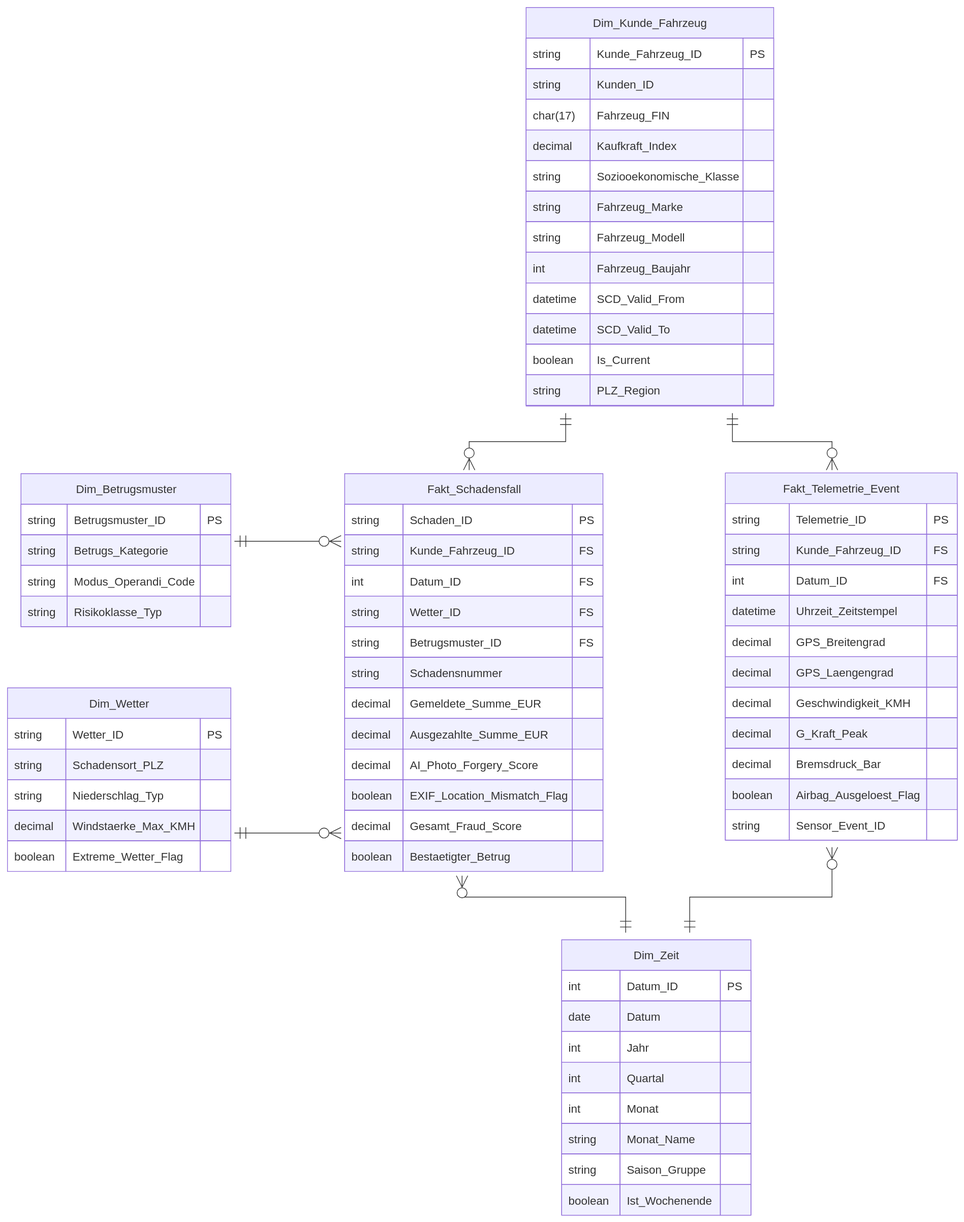
Above: Latex/images/Datenmodell.drawio.svg in heydoma/Datenmanagment (draw.io), before the change. Source tidied: cells renumbered, new cells last; positions are measured from the earlier drawing's top-left corner, leaving out a move shared by most shapes.
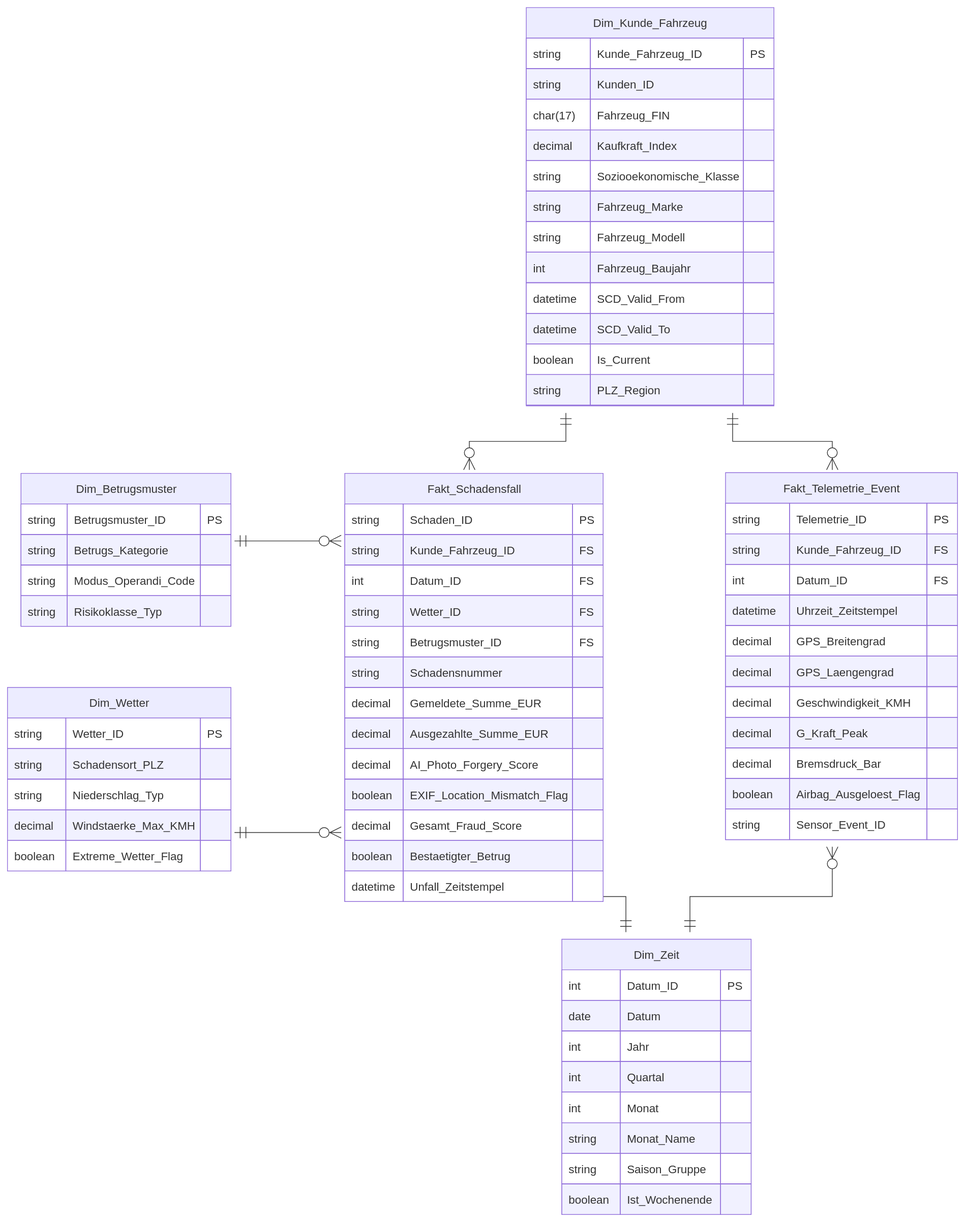
Above is the later version.

The edit, as a diff of the source:
```diff
@@ -354,7 +354,7 @@
       <mxGeometry x="252" width="43" height="43" as="geometry" />
     </mxCell>
     <mxCell id="119" value="Fakt_Schadensfall" style="shape=table;startSize=43;rowLines=1;fontSize=16;fontFamily=Trebuchet MS,Verdana,Arial,sans-serif;strokeWidth=1;align=center;html=1;fillColor=light-dark(#ECECFF,#1f2020);strokeColor=light-dark(#9370DB,#cccccc);fontColor=light-dark(#333333,#cccccc);" parent="2" vertex="1">
-      <mxGeometry x="395" y="805" width="363" height="559" as="geometry" />
+      <mxGeometry x="395" y="805" width="363" height="602" as="geometry" />
     </mxCell>
     <mxCell id="120" style="shape=tableRow;horizontal=0;startSize=0;swimlaneHead=0;swimlaneBody=1;fillColor=light-dark(#ffffff,#1f2020);strokeColor=inherit;strokeWidth=1;top=0;left=0;right=0;bottom=0;" parent="119" vertex="1">
       <mxGeometry y="43" width="363" height="43" as="geometry" />
@@ -700,5 +700,17 @@
     <mxCell id="222" style="shape=partialRectangle;fillColor=none;strokeColor=light-dark(#9370DB,#cccccc);strokeWidth=1;fontColor=light-dark(#333333,#cccccc);fontFamily=Trebuchet MS,Verdana,Arial,sans-serif;top=1;left=1;bottom=1;right=1;align=left;spacingLeft=8;overflow=hidden;fontSize=16;" parent="219" vertex="1">
       <mxGeometry x="283" width="43" height="43" as="geometry" />
     </mxCell>
+    <mxCell id="223" style="shape=tableRow;horizontal=0;startSize=0;swimlaneHead=0;swimlaneBody=1;fillColor=light-dark(#ffffff,#1f2020);strokeColor=inherit;strokeWidth=1;top=0;left=0;right=0;bottom=0;" parent="1" vertex="1">
+      <mxGeometry x="474" y="1364" width="363" height="43" as="geometry" />
+    </mxCell>
+    <mxCell id="224" value="datetime" style="shape=partialRectangle;fillColor=none;strokeColor=light-dark(#9370DB,#cccccc);strokeWidth=1;fontColor=light-dark(#333333,#cccccc);fontFamily=Trebuchet MS,Verdana,Arial,sans-serif;top=1;left=1;bottom=1;right=1;align=left;spacingLeft=8;overflow=hidden;fontSize=16;" parent="223" vertex="1">
+      <mxGeometry width="82" height="43" as="geometry" />
+    </mxCell>
+    <mxCell id="225" value="Unfall_Zeitstempel" style="shape=partialRectangle;fillColor=none;strokeColor=light-dark(#9370DB,#cccccc);strokeWidth=1;fontColor=light-dark(#333333,#cccccc);fontFamily=Trebuchet MS,Verdana,Arial,sans-serif;top=1;left=1;bottom=1;right=1;align=left;spacingLeft=8;overflow=hidden;fontSize=16;" parent="223" vertex="1">
+      <mxGeometry x="82" width="238" height="43" as="geometry" />
+    </mxCell>
+    <mxCell id="226" style="shape=partialRectangle;fillColor=none;strokeColor=light-dark(#9370DB,#cccccc);strokeWidth=1;fontColor=light-dark(#333333,#cccccc);fontFamily=Trebuchet MS,Verdana,Arial,sans-serif;top=1;left=1;bottom=1;right=1;align=left;spacingLeft=8;overflow=hidden;fontSize=16;" parent="223" vertex="1">
+      <mxGeometry x="320" width="43" height="43" as="geometry" />
+    </mxCell>
   </root>
 </mxGraphModel>
```
